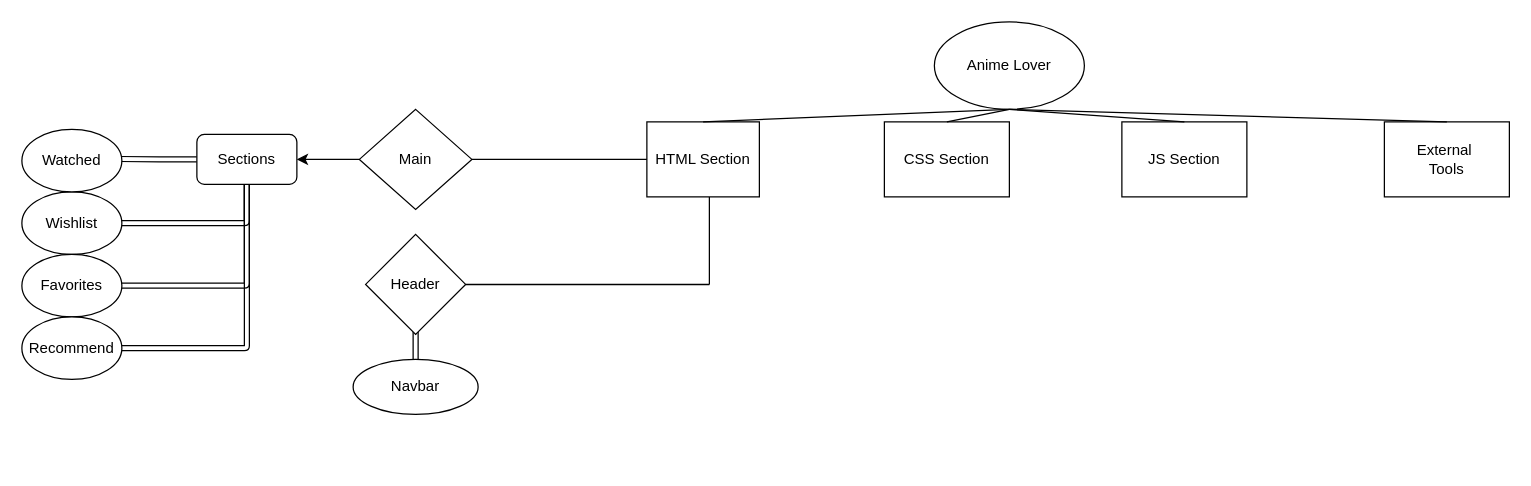
madoomino/EGFWD-Udacity keeps this draw.io diagram as Untitled Diagram.drawio. Above is the earlier version. Source tidied: cells renumbered, new cells numbered last; positions are measured from the earlier drawing's top-left corner, leaving out a move shared by most shapes. Both pictures are drawn from the tidied source at 125%, with x=0, y=0 at pixel (21, 21).
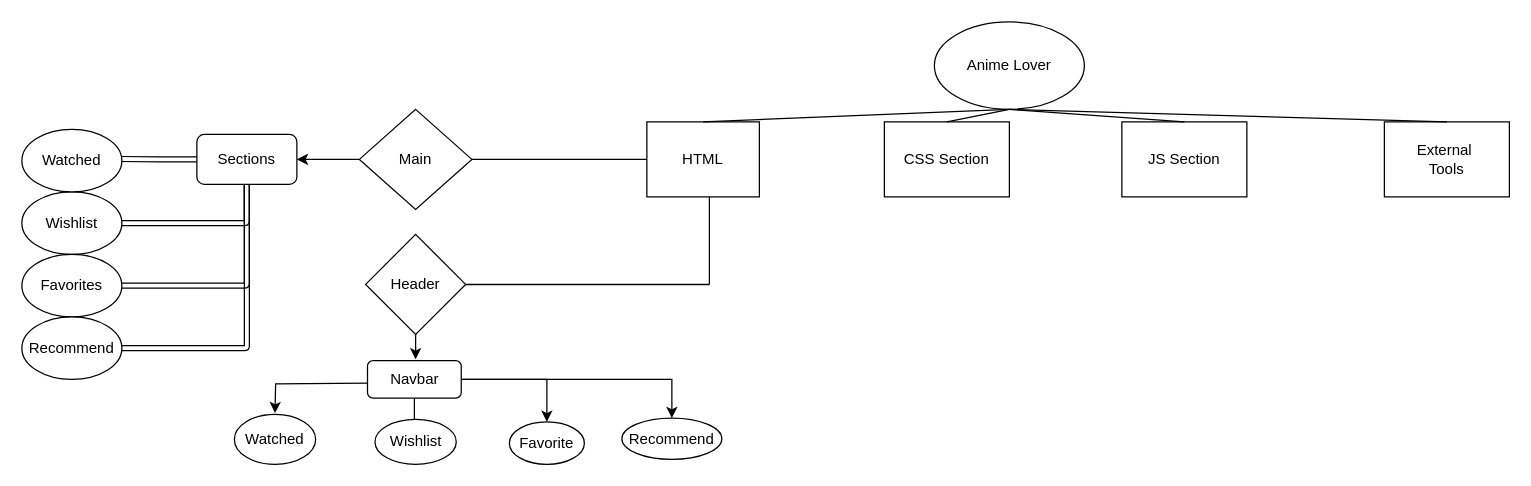
The same page after the edit.

What changed in the source:
```diff
@@
-    <mxCell id="7" value="HTML Section" style="rounded=0;whiteSpace=wrap;html=1;" parent="1" vertex="1">
+    <mxCell id="7" value="HTML" style="rounded=0;whiteSpace=wrap;html=1;" parent="1" vertex="1">
       <mxGeometry x="500" y="80" width="90" height="60" as="geometry" />
     </mxCell>
@@
-    <mxCell id="25" style="edgeStyle=none;rounded=1;sketch=0;jettySize=auto;html=1;fontSize=12;elbow=vertical;shape=link;" parent="1" edge="1" target="26">
+    <mxCell id="25" style="edgeStyle=none;rounded=1;sketch=0;orthogonalLoop=1;jettySize=auto;html=1;fontSize=12;elbow=vertical;" parent="1" edge="1">
       <mxGeometry relative="1" as="geometry">
         <mxPoint x="315" y="236" as="sourcePoint" />
+        <mxPoint x="315" y="270" as="targetPoint" />
       </mxGeometry>
     </mxCell>
-    <mxCell id="26" value="Navbar" style="ellipse;whiteSpace=wrap;html=1;rounded=1;sketch=0;" parent="1" vertex="1">
-      <mxGeometry x="265" y="270" width="100" height="44" as="geometry" />
-    </mxCell>
@@
+    <mxCell id="29" style="edgeStyle=orthogonalEdgeStyle;rounded=0;orthogonalLoop=1;jettySize=auto;html=1;" parent="1" edge="1">
+      <mxGeometry relative="1" as="geometry">
+        <mxPoint x="277.5" y="289" as="sourcePoint" />
+        <mxPoint x="202.5" y="313" as="targetPoint" />
+      </mxGeometry>
+    </mxCell>
+    <mxCell id="30" style="edgeStyle=orthogonalEdgeStyle;rounded=0;jettySize=auto;html=1;" parent="1" edge="1" source="26" target="34">
+      <mxGeometry relative="1" as="geometry" />
+    </mxCell>
+    <mxCell id="31" style="edgeStyle=orthogonalEdgeStyle;rounded=0;jettySize=auto;html=1;" parent="1" edge="1" source="26" target="35">
+      <mxGeometry relative="1" as="geometry" />
+    </mxCell>
+    <mxCell id="32" style="edgeStyle=orthogonalEdgeStyle;rounded=0;jettySize=auto;html=1;" parent="1" edge="1" source="26" target="36">
+      <mxGeometry relative="1" as="geometry" />
+    </mxCell>
+    <mxCell id="26" value="Navbar" style="rounded=1;whiteSpace=wrap;html=1;" parent="1" vertex="1">
+      <mxGeometry x="276.5" y="271" width="75" height="30" as="geometry" />
+    </mxCell>
+    <mxCell id="33" value="Watched" style="ellipse;whiteSpace=wrap;html=1;rounded=1;" parent="1" vertex="1">
+      <mxGeometry x="170" y="314" width="65" height="40" as="geometry" />
+    </mxCell>
+    <mxCell id="34" value="Wishlist" style="ellipse;whiteSpace=wrap;html=1;rounded=1;" parent="1" vertex="1">
+      <mxGeometry x="282.5" y="318" width="65" height="36" as="geometry" />
+    </mxCell>
+    <mxCell id="35" value="Favorite" style="ellipse;whiteSpace=wrap;html=1;rounded=1;" parent="1" vertex="1">
+      <mxGeometry x="390" y="320" width="60" height="34" as="geometry" />
+    </mxCell>
+    <mxCell id="36" value="Recommend" style="ellipse;whiteSpace=wrap;html=1;rounded=1;" parent="1" vertex="1">
+      <mxGeometry x="480" y="317" width="80" height="33" as="geometry" />
+    </mxCell>
```
